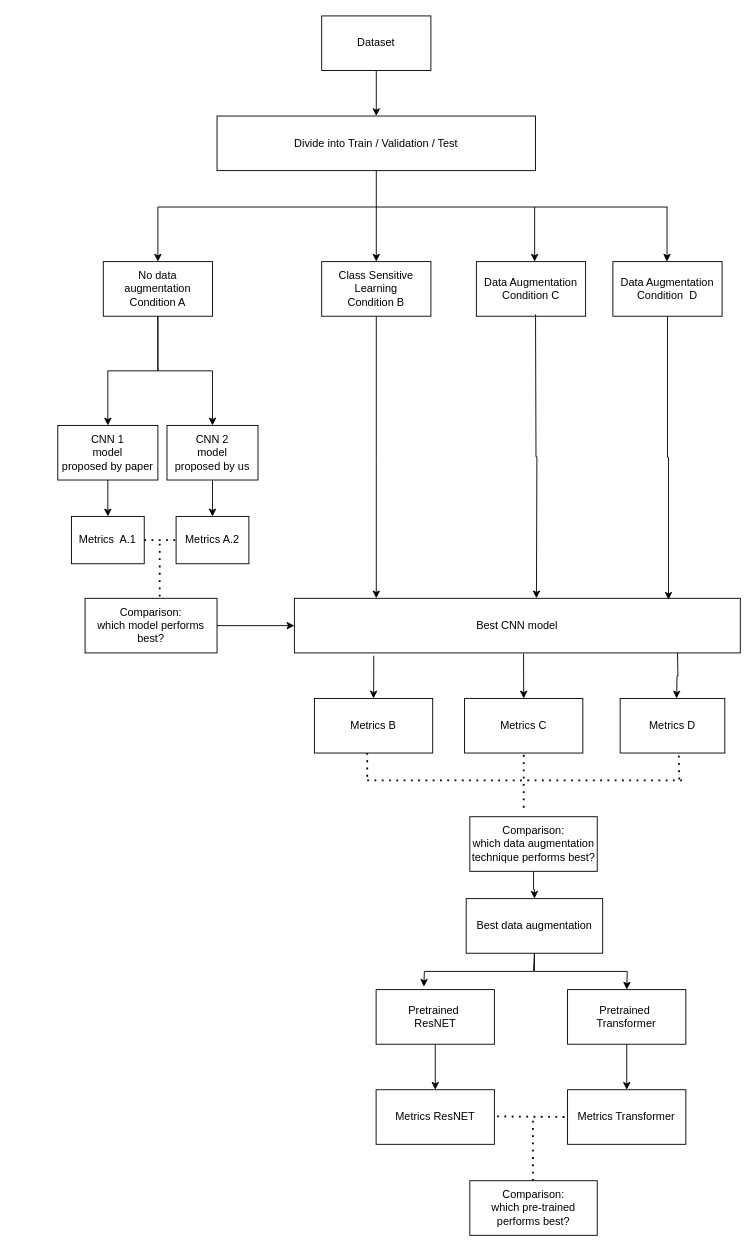
The draw.io diagram flow.drawio in crdsteixeira/Computer-Vision_Thermal-inspection-of-photovoltaic-modules-defect-classification, before the edit. Source tidied: cells renumbered, new cells numbered last; positions are measured from the earlier drawing's top-left corner, leaving out a move shared by most shapes. Both pictures are drawn from the tidied source at 91%, with x=0, y=0 at pixel (57, 15).
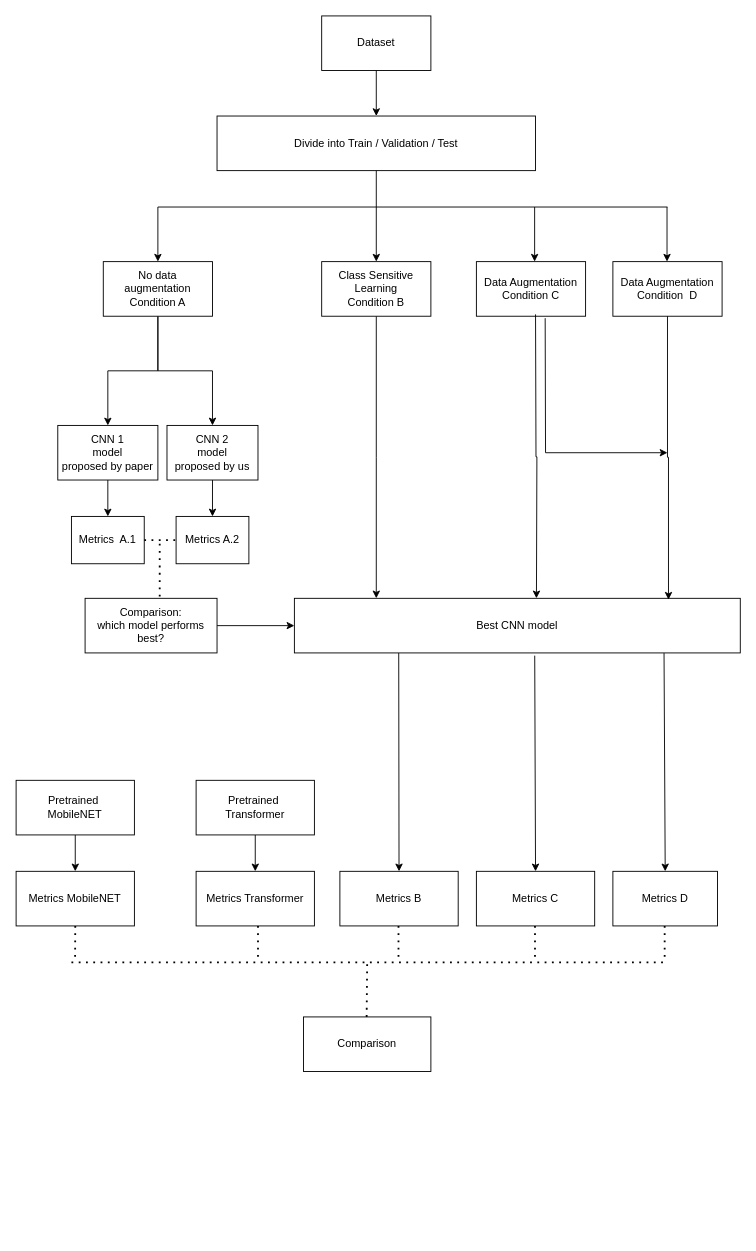
After the change.

The change refers to these unchanged cells:
```xml
<mxCell id="27" value="Best CNN model" style="rounded=0;whiteSpace=wrap;html=1;" parent="1" vertex="1">
  <mxGeometry x="260" y="640" width="490" height="60" as="geometry" />
</mxCell>
<mxCell id="48" value="Data Augmentation&lt;br&gt;Condition C" style="rounded=0;whiteSpace=wrap;html=1;" parent="1" vertex="1">
  <mxGeometry x="460" y="270" width="120" height="60" as="geometry" />
</mxCell>
```

Change to the diagram source:
```diff
@@
-    <mxCell id="12" value="Best data augmentation" style="rounded=0;whiteSpace=wrap;html=1;" parent="1" vertex="1">
-      <mxGeometry x="448.8" y="970" width="150" height="60" as="geometry" />
-    </mxCell>
@@
-    <mxCell id="14" value="Pretrained&amp;nbsp;&lt;br&gt;ResNET" style="rounded=0;whiteSpace=wrap;html=1;" parent="1" vertex="1">
-      <mxGeometry x="349.8" y="1070" width="130" height="60" as="geometry" />
+    <mxCell id="14" value="Pretrained&amp;nbsp;&lt;br&gt;MobileNET" style="rounded=0;whiteSpace=wrap;html=1;" parent="1" vertex="1">
+      <mxGeometry x="-45.8" y="840" width="130" height="60" as="geometry" />
     </mxCell>
@@
     <mxCell id="24" value="Metrics B" style="rounded=0;whiteSpace=wrap;html=1;" parent="1" vertex="1">
-      <mxGeometry x="282" y="750" width="130" height="60" as="geometry" />
+      <mxGeometry x="310" y="940" width="130" height="60" as="geometry" />
     </mxCell>
     <mxCell id="25" value="Metrics D" style="rounded=0;whiteSpace=wrap;html=1;" parent="1" vertex="1">
-      <mxGeometry x="618" y="750" width="115" height="60" as="geometry" />
+      <mxGeometry x="610" y="940" width="115" height="60" as="geometry" />
     </mxCell>
-    <mxCell id="26" style="edgeStyle=orthogonalEdgeStyle;rounded=0;jettySize=auto;html=1;exitX=0.178;exitY=1.051;exitDx=0;exitDy=0;exitPerimeter=0;" parent="1" edge="1" source="27" target="24">
-      <mxGeometry relative="1" as="geometry" />
-    </mxCell>
@@
-    <mxCell id="34" style="edgeStyle=orthogonalEdgeStyle;rounded=0;orthogonalLoop=1;jettySize=auto;html=1;exitX=0.25;exitY=1;exitDx=0;exitDy=0;" parent="1" edge="1">
-      <mxGeometry relative="1" as="geometry">
-        <mxPoint x="681" y="700" as="sourcePoint" />
-        <mxPoint x="680" y="750" as="targetPoint" />
-      </mxGeometry>
-    </mxCell>
-    <mxCell id="35" style="endArrow=none;dashed=1;html=1;dashPattern=1 3;strokeWidth=2;rounded=0;exitX=1;exitY=0.5;exitDx=0;exitDy=0;" parent="1" edge="1">
-      <mxGeometry relative="1" as="geometry">
-        <mxPoint x="340" y="810" as="sourcePoint" />
-        <mxPoint x="340" y="839.5" as="targetPoint" />
-        <Array as="points">
-          <mxPoint x="340" y="829.5" />
-        </Array>
-      </mxGeometry>
-    </mxCell>
     <mxCell id="36" style="endArrow=none;dashed=1;html=1;dashPattern=1 3;strokeWidth=2;rounded=0;" parent="1" edge="1">
       <mxGeometry relative="1" as="geometry">
-        <mxPoint x="340" y="840" as="sourcePoint" />
-        <mxPoint x="690" y="840" as="targetPoint" />
+        <mxPoint x="15" y="1040" as="sourcePoint" />
+        <mxPoint x="670" y="1040" as="targetPoint" />
       </mxGeometry>
     </mxCell>
-    <mxCell id="37" style="edgeStyle=orthogonalEdgeStyle;rounded=0;jettySize=auto;html=1;entryX=0.5;entryY=0;entryDx=0;entryDy=0;" parent="1" edge="1" source="38" target="12">
-      <mxGeometry relative="1" as="geometry" />
-    </mxCell>
-    <mxCell id="38" value="Comparison:&lt;br style=&quot;border-color: var(--border-color);&quot;&gt;&lt;span style=&quot;&quot;&gt;which data augmentation technique performs best?&lt;/span&gt;" style="rounded=0;whiteSpace=wrap;html=1;" parent="1" vertex="1">
-      <mxGeometry x="452.8" y="880" width="140" height="60" as="geometry" />
-    </mxCell>
@@
     <mxCell id="40" value="Pretrained&amp;nbsp;&lt;br&gt;Transformer" style="rounded=0;whiteSpace=wrap;html=1;" parent="1" vertex="1">
-      <mxGeometry x="560.2" y="1070" width="130" height="60" as="geometry" />
+      <mxGeometry x="152" y="840" width="130" height="60" as="geometry" />
     </mxCell>
-    <mxCell id="41" style="endArrow=classic;html=1;rounded=0;exitX=0.5;exitY=1;exitDx=0;exitDy=0;entryX=0.404;entryY=-0.054;entryDx=0;entryDy=0;entryPerimeter=0;" parent="1" edge="1" source="12" target="14">
-      <mxGeometry relative="1" as="geometry">
-        <Array as="points">
-          <mxPoint x="522.8" y="1050" />
-          <mxPoint x="402.8" y="1050" />
-        </Array>
-      </mxGeometry>
-    </mxCell>
-    <mxCell id="42" style="endArrow=classic;html=1;rounded=0;exitX=0.5;exitY=1;exitDx=0;exitDy=0;entryX=0.5;entryY=0;entryDx=0;entryDy=0;" parent="1" edge="1" source="12" target="40">
-      <mxGeometry relative="1" as="geometry">
-        <Array as="points">
-          <mxPoint x="523.8" y="1050" />
-          <mxPoint x="625.8" y="1050" />
-        </Array>
-      </mxGeometry>
-    </mxCell>
-    <mxCell id="43" value="Metrics ResNET" style="rounded=0;whiteSpace=wrap;html=1;" parent="1" vertex="1">
-      <mxGeometry x="349.8" y="1180" width="130" height="60" as="geometry" />
+    <mxCell id="43" value="Metrics MobileNET" style="rounded=0;whiteSpace=wrap;html=1;" parent="1" vertex="1">
+      <mxGeometry x="-45.8" y="940" width="130" height="60" as="geometry" />
     </mxCell>
     <mxCell id="44" value="Metrics Transformer" style="rounded=0;whiteSpace=wrap;html=1;" parent="1" vertex="1">
-      <mxGeometry x="560.2" y="1180" width="130" height="60" as="geometry" />
+      <mxGeometry x="152" y="940" width="130" height="60" as="geometry" />
     </mxCell>
-    <mxCell id="45" style="endArrow=none;dashed=1;html=1;dashPattern=1 3;strokeWidth=2;rounded=0;entryX=0;entryY=0.5;entryDx=0;entryDy=0;" parent="1" edge="1" target="44">
+    <mxCell id="45" style="endArrow=none;dashed=1;html=1;dashPattern=1 3;strokeWidth=2;rounded=0;exitX=0.5;exitY=1;exitDx=0;exitDy=0;" parent="1" edge="1" source="43">
       <mxGeometry relative="1" as="geometry">
-        <mxPoint x="482.8" y="1209.3" as="sourcePoint" />
+        <mxPoint x="19" y="1040" as="targetPoint" />
       </mxGeometry>
     </mxCell>
     <mxCell id="46" style="endArrow=none;dashed=1;html=1;dashPattern=1 3;strokeWidth=2;rounded=0;" parent="1" edge="1">
       <mxGeometry relative="1" as="geometry">
-        <mxPoint x="522.1" y="1280" as="sourcePoint" />
-        <mxPoint x="522.1" y="1210" as="targetPoint" />
+        <mxPoint x="339.4" y="1100" as="sourcePoint" />
+        <mxPoint x="340" y="1040" as="targetPoint" />
       </mxGeometry>
     </mxCell>
-    <mxCell id="47" value="Comparison:&lt;br style=&quot;border-color: var(--border-color);&quot;&gt;&lt;span style=&quot;&quot;&gt;which pre-trained performs best?&lt;/span&gt;" style="rounded=0;whiteSpace=wrap;html=1;" parent="1" vertex="1">
-      <mxGeometry x="452.8" y="1280" width="140" height="60" as="geometry" />
+    <mxCell id="47" value="Comparison" style="rounded=0;whiteSpace=wrap;html=1;" parent="1" vertex="1">
+      <mxGeometry x="270" y="1100" width="140" height="60" as="geometry" />
     </mxCell>
@@
     <mxCell id="51" value="Metrics C" style="rounded=0;whiteSpace=wrap;html=1;" parent="1" vertex="1">
-      <mxGeometry x="447" y="750" width="130" height="60" as="geometry" />
+      <mxGeometry x="460" y="940" width="130" height="60" as="geometry" />
     </mxCell>
+    <mxCell id="55" style="endArrow=classic;html=1;rounded=0;exitX=0.63;exitY=1.036;exitDx=0;exitDy=0;exitPerimeter=0;" parent="1" edge="1" source="48">
+      <mxGeometry relative="1" as="geometry">
+        <mxPoint x="670" y="480" as="targetPoint" />
+        <Array as="points">
+          <mxPoint x="536" y="480" />
+        </Array>
+      </mxGeometry>
+    </mxCell>
+    <mxCell id="26" style="endArrow=classic;html=1;rounded=0;entryX=0.5;entryY=0;entryDx=0;entryDy=0;exitX=0.234;exitY=1.003;exitDx=0;exitDy=0;exitPerimeter=0;" parent="1" edge="1" source="27" target="24">
+      <mxGeometry relative="1" as="geometry" />
+    </mxCell>
-    <mxCell id="52" style="endArrow=classic;html=1;rounded=0;exitX=0.514;exitY=1.013;exitDx=0;exitDy=0;exitPerimeter=0;entryX=0.5;entryY=0;entryDx=0;entryDy=0;" parent="1" edge="1" source="27" target="51">
+    <mxCell id="52" style="endArrow=classic;html=1;rounded=0;entryX=0.5;entryY=0;entryDx=0;entryDy=0;exitX=0.539;exitY=1.05;exitDx=0;exitDy=0;exitPerimeter=0;" parent="1" edge="1" source="27" target="51">
       <mxGeometry relative="1" as="geometry" />
     </mxCell>
-    <mxCell id="53" style="endArrow=none;dashed=1;html=1;dashPattern=1 3;strokeWidth=2;rounded=0;exitX=0.5;exitY=1;exitDx=0;exitDy=0;" parent="1" edge="1">
-      <mxGeometry relative="1" as="geometry">
-        <mxPoint x="682.5" y="813" as="sourcePoint" />
-        <mxPoint x="683" y="843" as="targetPoint" />
-      </mxGeometry>
-    </mxCell>
-    <mxCell id="54" style="endArrow=none;dashed=1;html=1;dashPattern=1 3;strokeWidth=2;rounded=0;entryX=0.5;entryY=1;entryDx=0;entryDy=0;" parent="1" edge="1" target="51">
-      <mxGeometry relative="1" as="geometry">
-        <mxPoint x="512" y="870" as="sourcePoint" />
-      </mxGeometry>
-    </mxCell>
+    <mxCell id="56" style="endArrow=classic;html=1;rounded=0;entryX=0.5;entryY=0;entryDx=0;entryDy=0;exitX=0.829;exitY=1.003;exitDx=0;exitDy=0;exitPerimeter=0;" parent="1" edge="1" source="27" target="25">
+      <mxGeometry relative="1" as="geometry" />
+    </mxCell>
+    <mxCell id="57" style="endArrow=none;dashed=1;html=1;dashPattern=1 3;strokeWidth=2;rounded=0;exitX=0.5;exitY=1;exitDx=0;exitDy=0;" parent="1" edge="1">
+      <mxGeometry relative="1" as="geometry">
+        <mxPoint x="220" y="1000" as="sourcePoint" />
+        <mxPoint x="220" y="1040" as="targetPoint" />
+      </mxGeometry>
+    </mxCell>
+    <mxCell id="58" style="endArrow=none;dashed=1;html=1;dashPattern=1 3;strokeWidth=2;rounded=0;exitX=0.5;exitY=1;exitDx=0;exitDy=0;" parent="1" edge="1">
+      <mxGeometry relative="1" as="geometry">
+        <mxPoint x="374.4" y="1000" as="sourcePoint" />
+        <mxPoint x="374.4" y="1040" as="targetPoint" />
+      </mxGeometry>
+    </mxCell>
+    <mxCell id="59" style="endArrow=none;dashed=1;html=1;dashPattern=1 3;strokeWidth=2;rounded=0;exitX=0.5;exitY=1;exitDx=0;exitDy=0;" parent="1" edge="1">
+      <mxGeometry relative="1" as="geometry">
+        <mxPoint x="524.4" y="1000" as="sourcePoint" />
+        <mxPoint x="524.4" y="1040" as="targetPoint" />
+      </mxGeometry>
+    </mxCell>
+    <mxCell id="60" style="endArrow=none;dashed=1;html=1;dashPattern=1 3;strokeWidth=2;rounded=0;exitX=0.5;exitY=1;exitDx=0;exitDy=0;" parent="1" edge="1">
+      <mxGeometry relative="1" as="geometry">
+        <mxPoint x="666.9" y="1000" as="sourcePoint" />
+        <mxPoint x="666.9" y="1040" as="targetPoint" />
+      </mxGeometry>
+    </mxCell>
```
